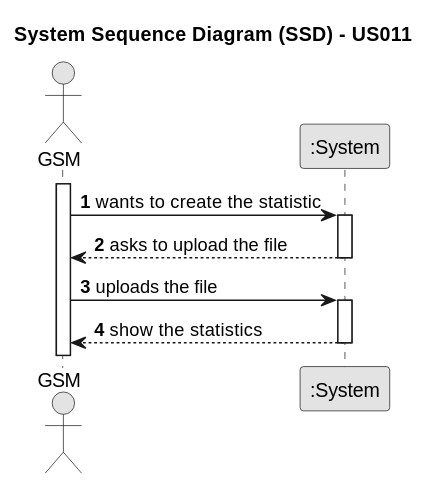
This is docs/sprintB/us011/01.requirements-engineering/svg/us011-system-sequence-diagram-alternative-one.svg from ricardomm7/leaflink, a PlantUML export, as it was before one commit.
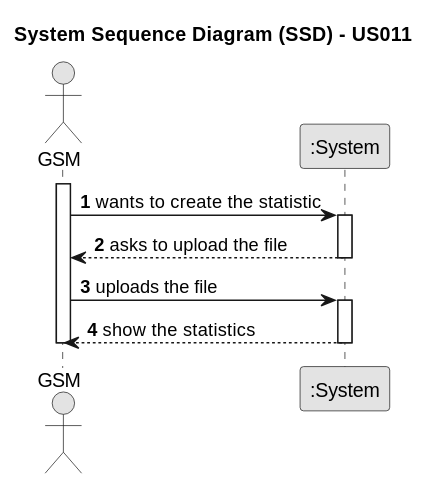
After the commit.

Change to the diagram source:
```diff
@@ -22,4 +22,6 @@
 
         System --> GSM : show the statistics
     deactivate System
+
+deactivate GSM
 @enduml
```
